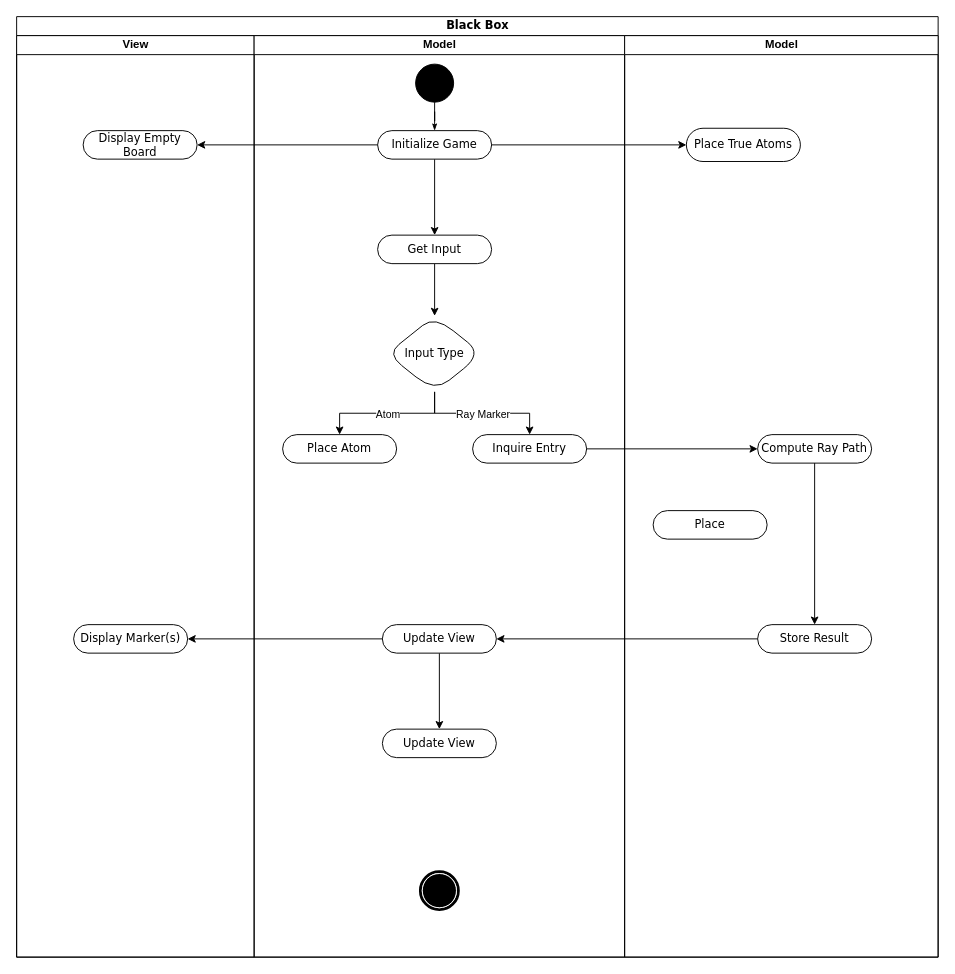
Before: UML-activity-diagram.drawio in Juutar/COMP20050SEP2-1, a draw.io diagram. Source tidied: cells renumbered, new cells numbered last; positions are measured from the earlier drawing's top-left corner, leaving out a move shared by most shapes. Both pictures are drawn from the tidied source at 95%, with x=0, y=0 at pixel (16, 16).
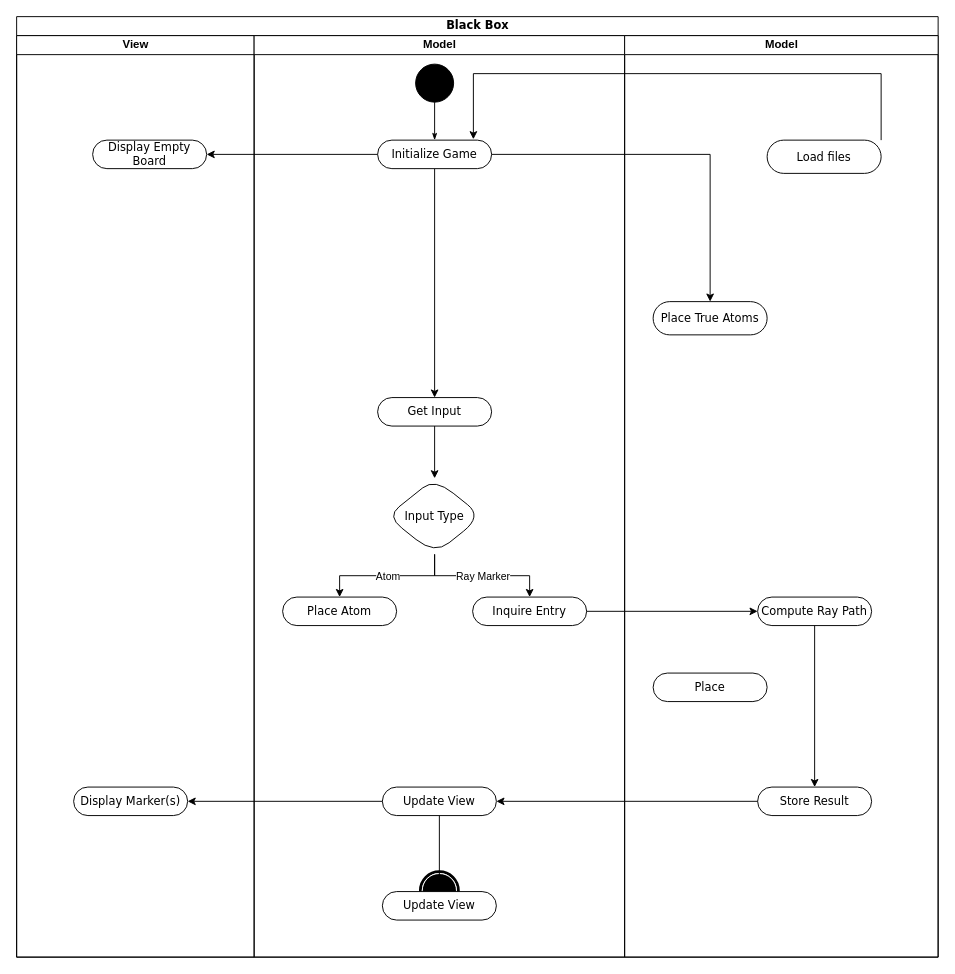
The same diagram, later.

Commit message:
Added file loading feature

Unchanged cells that the change refers to:
```xml
<mxCell id="2" value="Black Box" style="swimlane;html=1;startSize=20;rounded=0;shadow=0;comic=0;labelBackgroundColor=none;strokeWidth=1;fontFamily=Verdana;fontSize=12;align=center;" parent="1" vertex="1">
  <mxGeometry width="970" height="990" as="geometry" />
</mxCell>
<mxCell id="3" value="View" style="swimlane;html=1;startSize=20;" parent="2" vertex="1">
  <mxGeometry y="20" width="250" height="970" as="geometry" />
</mxCell>
<mxCell id="5" value="Model" style="swimlane;html=1;startSize=20;" parent="2" vertex="1">
  <mxGeometry x="250" y="20" width="390" height="970" as="geometry" />
</mxCell>
<mxCell id="25" value="Model" style="swimlane;html=1;startSize=20;" parent="2" vertex="1">
  <mxGeometry x="640" y="20" width="330" height="970" as="geometry" />
</mxCell>
```

What changed in the source:
```diff
@@
     <mxCell id="4" value="Display Empty Board" style="rounded=1;whiteSpace=wrap;html=1;shadow=0;comic=0;labelBackgroundColor=none;strokeWidth=1;fontFamily=Verdana;fontSize=12;align=center;arcSize=50;" parent="3" vertex="1">
-      <mxGeometry x="70" y="100" width="120" height="30" as="geometry" />
+      <mxGeometry x="80" y="110" width="120" height="30" as="geometry" />
     </mxCell>
@@
     <mxCell id="8" value="Initialize Game" style="rounded=1;whiteSpace=wrap;html=1;shadow=0;comic=0;labelBackgroundColor=none;strokeWidth=1;fontFamily=Verdana;fontSize=12;align=center;arcSize=50;" parent="5" vertex="1">
-      <mxGeometry x="130" y="100" width="120" height="30" as="geometry" />
+      <mxGeometry x="130" y="110" width="120" height="30" as="geometry" />
     </mxCell>
@@
     <mxCell id="12" value="Get Input" style="rounded=1;whiteSpace=wrap;html=1;shadow=0;comic=0;labelBackgroundColor=none;strokeWidth=1;fontFamily=Verdana;fontSize=12;align=center;arcSize=50;" parent="5" vertex="1">
-      <mxGeometry x="130" y="210" width="120" height="30" as="geometry" />
+      <mxGeometry x="130" y="381" width="120" height="30" as="geometry" />
     </mxCell>
@@
     <mxCell id="17" value="Input Type" style="rhombus;whiteSpace=wrap;html=1;fontFamily=Verdana;rounded=1;shadow=0;comic=0;labelBackgroundColor=none;strokeWidth=1;arcSize=50;" parent="5" vertex="1">
-      <mxGeometry x="140" y="295" width="100" height="80" as="geometry" />
+      <mxGeometry x="140" y="466" width="100" height="80" as="geometry" />
     </mxCell>
     <mxCell id="18" value="Display Marker(s)" style="rounded=1;whiteSpace=wrap;html=1;shadow=0;comic=0;labelBackgroundColor=none;strokeWidth=1;fontFamily=Verdana;fontSize=12;align=center;arcSize=50;" parent="5" vertex="1">
-      <mxGeometry x="-190" y="620" width="120" height="30" as="geometry" />
+      <mxGeometry x="-190" y="791" width="120" height="30" as="geometry" />
     </mxCell>
@@
     <mxCell id="20" value="Update View" style="rounded=1;whiteSpace=wrap;html=1;shadow=0;comic=0;labelBackgroundColor=none;strokeWidth=1;fontFamily=Verdana;fontSize=12;align=center;arcSize=50;" parent="5" vertex="1">
-      <mxGeometry x="135" y="620" width="120" height="30" as="geometry" />
+      <mxGeometry x="135" y="791" width="120" height="30" as="geometry" />
     </mxCell>
     <mxCell id="21" value="Update View" style="rounded=1;whiteSpace=wrap;html=1;shadow=0;comic=0;labelBackgroundColor=none;strokeWidth=1;fontFamily=Verdana;fontSize=12;align=center;arcSize=50;" parent="5" vertex="1">
-      <mxGeometry x="135" y="730" width="120" height="30" as="geometry" />
+      <mxGeometry x="135" y="901" width="120" height="30" as="geometry" />
     </mxCell>
@@
     <mxCell id="23" value="Place Atom" style="whiteSpace=wrap;html=1;fontFamily=Verdana;rounded=1;shadow=0;comic=0;labelBackgroundColor=none;strokeWidth=1;arcSize=50;" parent="5" vertex="1">
-      <mxGeometry x="30" y="420" width="120" height="30" as="geometry" />
+      <mxGeometry x="30" y="591" width="120" height="30" as="geometry" />
     </mxCell>
     <mxCell id="24" value="Inquire Entry" style="whiteSpace=wrap;html=1;fontFamily=Verdana;rounded=1;shadow=0;comic=0;labelBackgroundColor=none;strokeWidth=1;arcSize=50;" parent="5" vertex="1">
-      <mxGeometry x="230" y="420" width="120" height="30" as="geometry" />
+      <mxGeometry x="230" y="591" width="120" height="30" as="geometry" />
     </mxCell>
@@
     <mxCell id="26" value="Place True Atoms" style="whiteSpace=wrap;html=1;fontFamily=Verdana;rounded=1;shadow=0;comic=0;labelBackgroundColor=none;strokeWidth=1;arcSize=50;" parent="25" vertex="1">
-      <mxGeometry x="65" y="97.5" width="120" height="35" as="geometry" />
+      <mxGeometry x="30" y="280" width="120" height="35" as="geometry" />
     </mxCell>
     <mxCell id="27" value="Compute Ray Path" style="rounded=1;whiteSpace=wrap;html=1;shadow=0;comic=0;labelBackgroundColor=none;strokeWidth=1;fontFamily=Verdana;fontSize=12;align=center;arcSize=50;" parent="25" vertex="1">
-      <mxGeometry x="140" y="420" width="120" height="30" as="geometry" />
+      <mxGeometry x="140" y="591" width="120" height="30" as="geometry" />
     </mxCell>
     <mxCell id="28" value="Store Result" style="rounded=1;whiteSpace=wrap;html=1;shadow=0;comic=0;labelBackgroundColor=none;strokeWidth=1;fontFamily=Verdana;fontSize=12;align=center;arcSize=50;" parent="25" vertex="1">
-      <mxGeometry x="140" y="620" width="120" height="30" as="geometry" />
+      <mxGeometry x="140" y="791" width="120" height="30" as="geometry" />
     </mxCell>
@@
     <mxCell id="30" value="Place " style="rounded=1;whiteSpace=wrap;html=1;shadow=0;comic=0;labelBackgroundColor=none;strokeWidth=1;fontFamily=Verdana;fontSize=12;align=center;arcSize=50;" parent="25" vertex="1">
-      <mxGeometry x="30" y="500" width="120" height="30" as="geometry" />
+      <mxGeometry x="30" y="671" width="120" height="30" as="geometry" />
     </mxCell>
+    <mxCell id="35" value="Load files" style="whiteSpace=wrap;html=1;fontFamily=Verdana;rounded=1;shadow=0;comic=0;labelBackgroundColor=none;strokeWidth=1;arcSize=50;" parent="25" vertex="1">
+      <mxGeometry x="150" y="110" width="120" height="35" as="geometry" />
+    </mxCell>
@@
+    <mxCell id="36" style="edgeStyle=orthogonalEdgeStyle;rounded=0;jettySize=auto;html=1;entryX=0.84;entryY=-0.03;entryDx=0;entryDy=0;entryPerimeter=0;" parent="2" edge="1" source="35" target="8">
+      <mxGeometry relative="1" as="geometry">
+        <Array as="points">
+          <mxPoint x="910" y="60" />
+          <mxPoint x="481" y="60" />
+        </Array>
+      </mxGeometry>
+    </mxCell>
```
